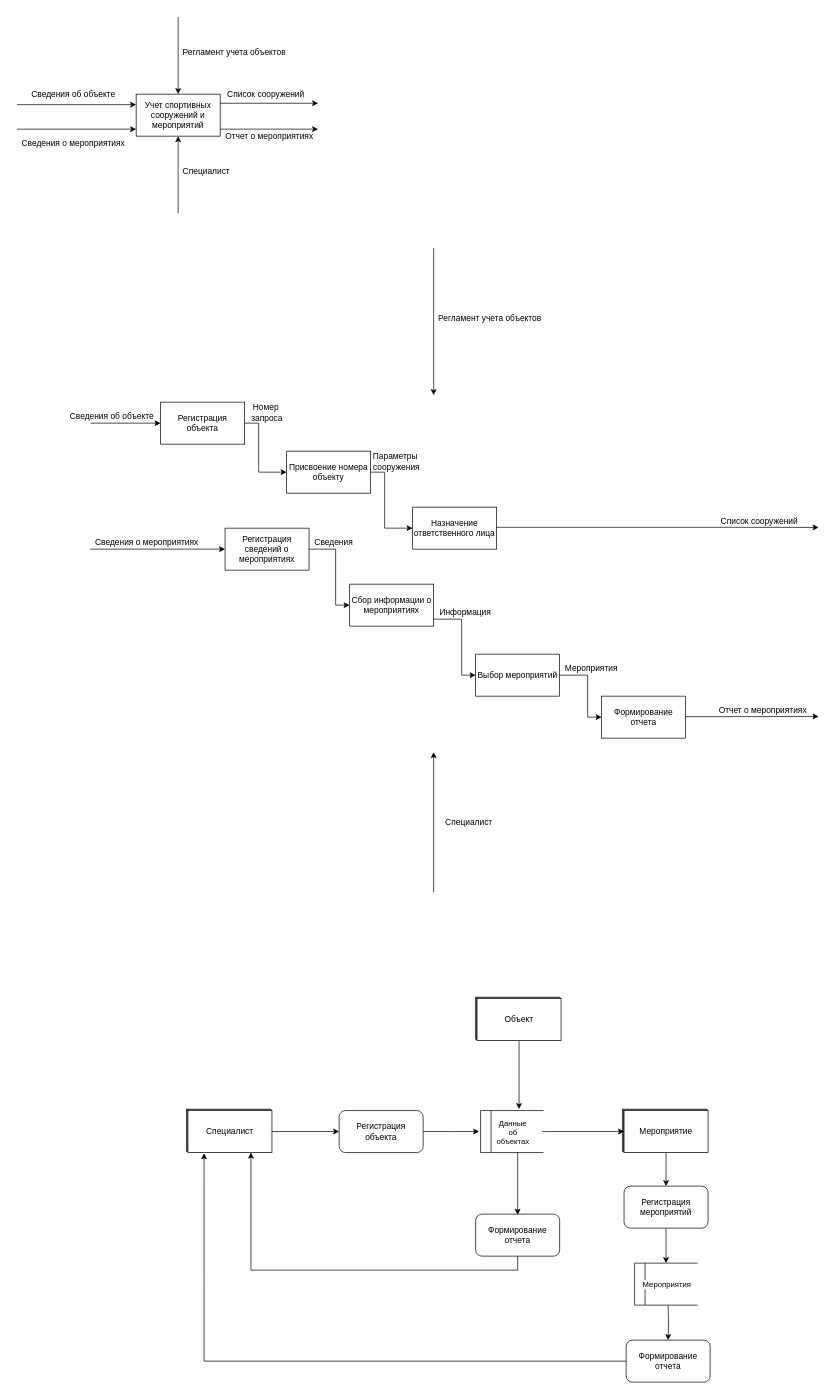
Earlier version of the draw.io diagram Untitled Diagram.drawio (RGNGIT/DBStructCourse). Source tidied: cells renumbered, new cells numbered last; positions are measured from the earlier drawing's top-left corner, leaving out a move shared by most shapes. Both pictures are drawn from the tidied source at 70%, with x=0, y=0 at pixel (17, 17).
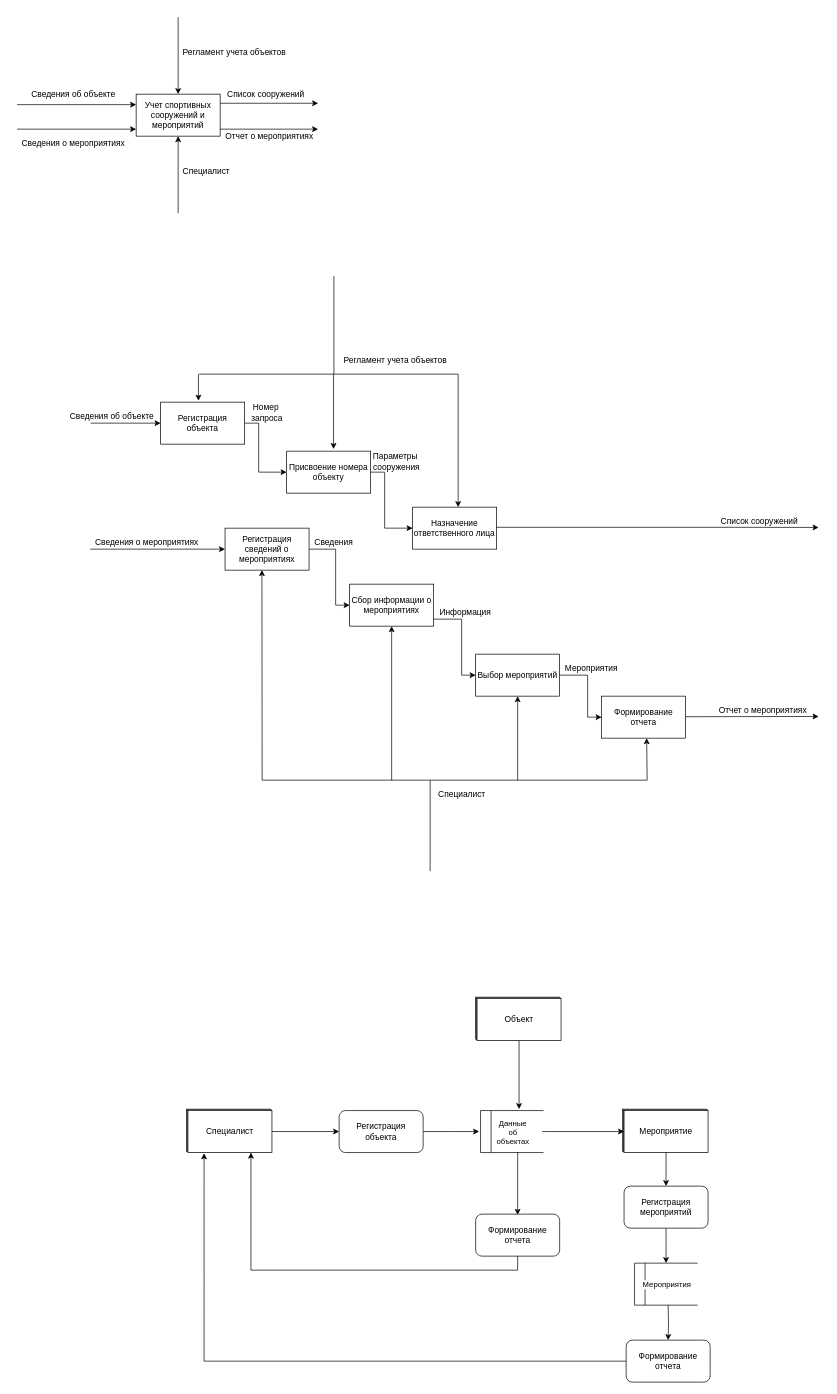
Above is the later version.

The change refers to these unchanged cells:
```xml
<mxCell id="39" value="Регистрация сведений о мероприятиях" style="rounded=0;whiteSpace=wrap;html=1;" parent="1" vertex="1">
  <mxGeometry x="297" y="730" width="120" height="60" as="geometry" />
</mxCell>
<mxCell id="43" value="Сбор информации о мероприятиях" style="rounded=0;whiteSpace=wrap;html=1;" parent="1" vertex="1">
  <mxGeometry x="475" y="810" width="120" height="60" as="geometry" />
</mxCell>
<mxCell id="45" value="Выбор мероприятий" style="rounded=0;whiteSpace=wrap;html=1;" parent="1" vertex="1">
  <mxGeometry x="655" y="910" width="120" height="60" as="geometry" />
</mxCell>
```

The edit, as a diff of the source:
```diff
@@
-    <mxCell id="52" style="endArrow=classic;html=1;" parent="1" edge="1">
-      <mxGeometry relative="1" as="geometry">
-        <mxPoint x="595" y="330" as="sourcePoint" />
-        <mxPoint x="595" y="540" as="targetPoint" />
-      </mxGeometry>
-    </mxCell>
-    <mxCell id="53" style="endArrow=classic;html=1;" parent="1" edge="1">
-      <mxGeometry relative="1" as="geometry">
-        <mxPoint x="595" y="1250" as="sourcePoint" />
-        <mxPoint x="595" y="1050" as="targetPoint" />
-      </mxGeometry>
-    </mxCell>
     <mxCell id="54" value="Регламент учета объектов" style="text;html=1;align=center;verticalAlign=middle;strokeColor=none;" parent="1" vertex="1">
-      <mxGeometry x="595" y="420" width="160" height="20" as="geometry" />
+      <mxGeometry x="460" y="480" width="160" height="20" as="geometry" />
     </mxCell>
     <mxCell id="55" value="Специалист" style="text;html=1;align=center;verticalAlign=middle;strokeColor=none;" parent="1" vertex="1">
-      <mxGeometry x="605" y="1140" width="80" height="20" as="geometry" />
+      <mxGeometry x="595" y="1100" width="80" height="20" as="geometry" />
     </mxCell>
@@
+    <mxCell id="82" style="endArrow=none;html=1;" parent="1" edge="1">
+      <mxGeometry relative="1" as="geometry">
+        <mxPoint x="452.5" y="510" as="sourcePoint" />
+        <mxPoint x="452.5" y="370" as="targetPoint" />
+      </mxGeometry>
+    </mxCell>
+    <mxCell id="83" style="endArrow=none;html=1;" parent="1" edge="1">
+      <mxGeometry relative="1" as="geometry">
+        <mxPoint x="260" y="510" as="sourcePoint" />
+        <mxPoint x="630" y="510" as="targetPoint" />
+      </mxGeometry>
+    </mxCell>
+    <mxCell id="84" style="endArrow=classic;html=1;" parent="1" edge="1">
+      <mxGeometry relative="1" as="geometry">
+        <mxPoint x="259" y="510" as="sourcePoint" />
+        <mxPoint x="259" y="548" as="targetPoint" />
+      </mxGeometry>
+    </mxCell>
+    <mxCell id="85" style="endArrow=classic;html=1;" parent="1" edge="1">
+      <mxGeometry relative="1" as="geometry">
+        <mxPoint x="452" y="510" as="sourcePoint" />
+        <mxPoint x="452" y="617" as="targetPoint" />
+      </mxGeometry>
+    </mxCell>
+    <mxCell id="86" style="endArrow=classic;html=1;" parent="1" edge="1">
+      <mxGeometry relative="1" as="geometry">
+        <mxPoint x="630" y="510" as="sourcePoint" />
+        <mxPoint x="630" y="700" as="targetPoint" />
+      </mxGeometry>
+    </mxCell>
+    <mxCell id="87" style="endArrow=none;html=1;" parent="1" edge="1">
+      <mxGeometry relative="1" as="geometry">
+        <mxPoint x="590" y="1220" as="sourcePoint" />
+        <mxPoint x="590" y="1090" as="targetPoint" />
+      </mxGeometry>
+    </mxCell>
+    <mxCell id="88" style="endArrow=none;html=1;" parent="1" edge="1">
+      <mxGeometry relative="1" as="geometry">
+        <mxPoint x="350" y="1090" as="sourcePoint" />
+        <mxPoint x="900" y="1090" as="targetPoint" />
+      </mxGeometry>
+    </mxCell>
+    <mxCell id="89" style="endArrow=classic;html=1;entryX=0.439;entryY=0.997;entryDx=0;entryDy=0;entryPerimeter=0;" parent="1" edge="1" target="39">
+      <mxGeometry relative="1" as="geometry">
+        <mxPoint x="350" y="1090" as="sourcePoint" />
+      </mxGeometry>
+    </mxCell>
+    <mxCell id="90" style="endArrow=classic;html=1;entryX=0.5;entryY=1;entryDx=0;entryDy=0;" parent="1" edge="1" target="43">
+      <mxGeometry relative="1" as="geometry">
+        <mxPoint x="535" y="1090" as="sourcePoint" />
+      </mxGeometry>
+    </mxCell>
+    <mxCell id="91" style="endArrow=classic;html=1;entryX=0.5;entryY=1;entryDx=0;entryDy=0;" parent="1" edge="1" target="45">
+      <mxGeometry relative="1" as="geometry">
+        <mxPoint x="715" y="1090" as="sourcePoint" />
+      </mxGeometry>
+    </mxCell>
+    <mxCell id="92" style="endArrow=classic;html=1;" parent="1" edge="1">
+      <mxGeometry relative="1" as="geometry">
+        <mxPoint x="900" y="1090" as="sourcePoint" />
+        <mxPoint x="899.3" y="1030" as="targetPoint" />
+      </mxGeometry>
+    </mxCell>
```
